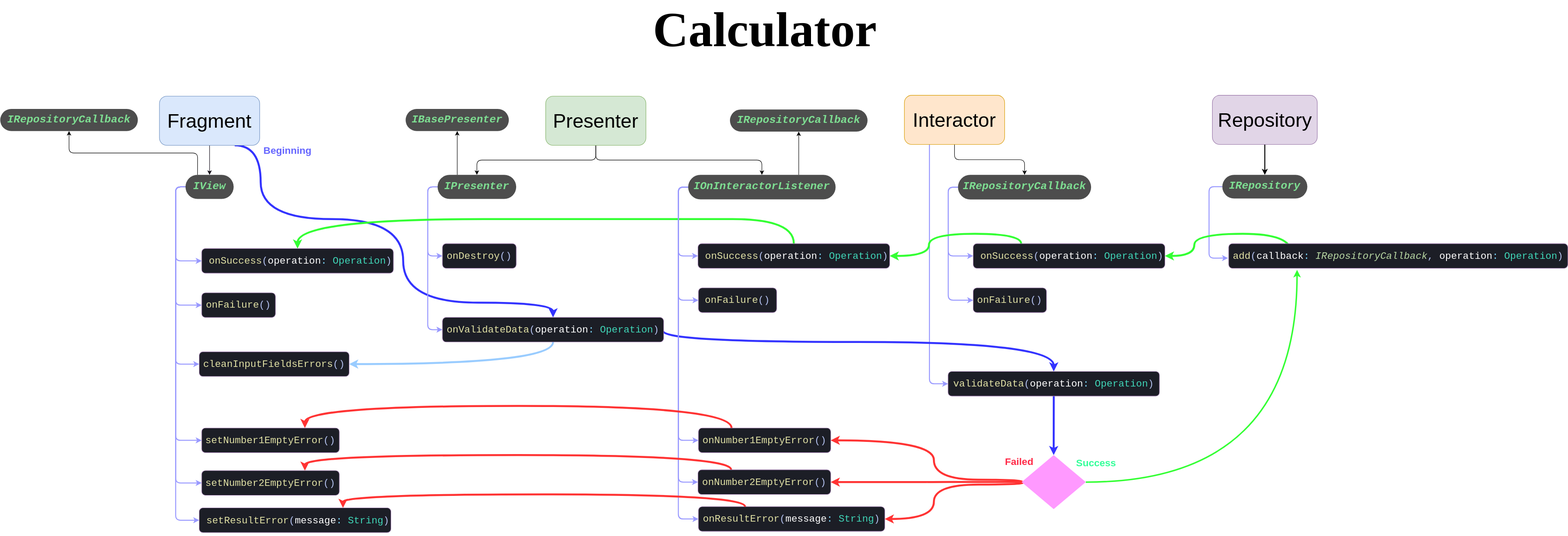
Above: MVP Calculator Scheme.svg in ElianFabian/android-mvp-calculator (draw.io), before the change. Source tidied: cells renumbered, new cells last; positions are measured from the earlier drawing's top-left corner, leaving out a move shared by most shapes.
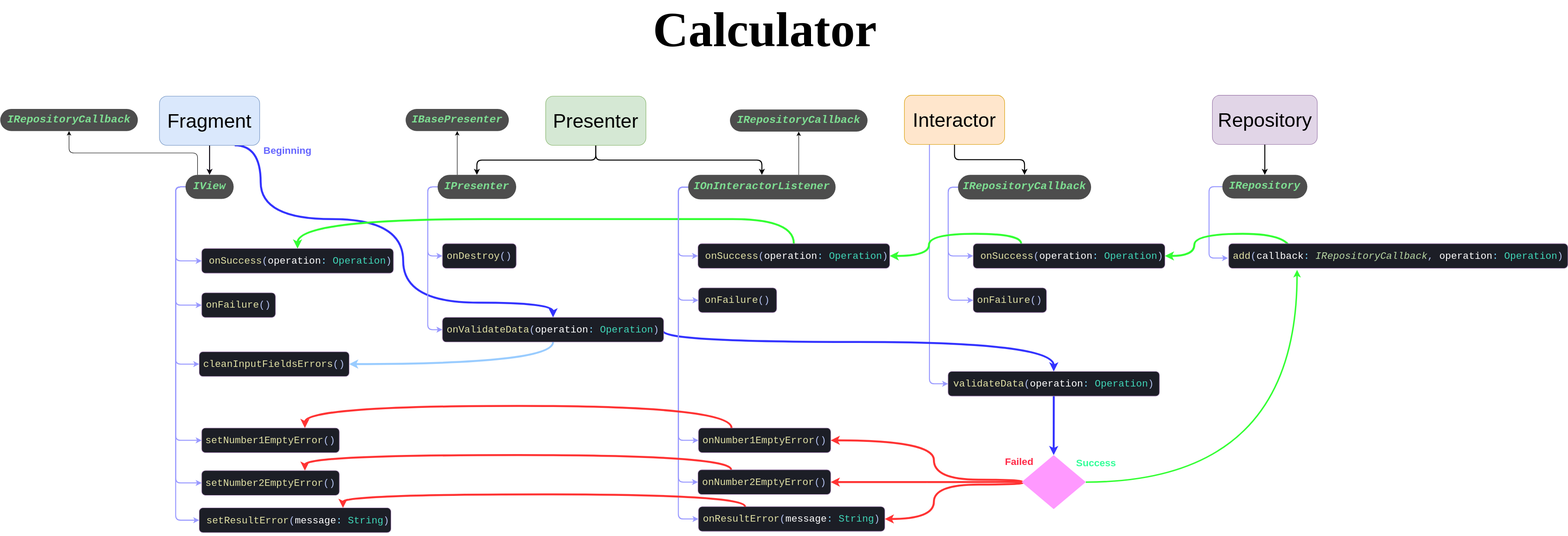
Later version of the same file.

What changed in the source:
```diff
@@ -13,13 +13,13 @@
         </Array>
       </mxGeometry>
     </mxCell>
-    <mxCell id="3" style="edgeStyle=orthogonalEdgeStyle;rounded=1;jettySize=auto;html=1;exitX=0.5;exitY=1;exitDx=0;exitDy=0;entryX=0.5;entryY=0;entryDx=0;entryDy=0;" parent="1" edge="1" source="67" target="33">
+    <mxCell id="3" style="edgeStyle=orthogonalEdgeStyle;rounded=1;jettySize=auto;html=1;exitX=0.5;exitY=1;exitDx=0;exitDy=0;entryX=0.5;entryY=0;entryDx=0;entryDy=0;strokeWidth=2;" parent="1" edge="1" source="67" target="33">
       <mxGeometry relative="1" as="geometry" />
     </mxCell>
-    <mxCell id="4" style="edgeStyle=orthogonalEdgeStyle;rounded=1;jettySize=auto;html=1;exitX=0.5;exitY=1;exitDx=0;exitDy=0;entryX=0.5;entryY=0;entryDx=0;entryDy=0;" parent="1" edge="1" source="67" target="40">
+    <mxCell id="4" style="edgeStyle=orthogonalEdgeStyle;rounded=1;jettySize=auto;html=1;exitX=0.5;exitY=1;exitDx=0;exitDy=0;entryX=0.5;entryY=0;entryDx=0;entryDy=0;strokeWidth=2;" parent="1" edge="1" source="67" target="40">
       <mxGeometry relative="1" as="geometry" />
     </mxCell>
-    <mxCell id="5" style="edgeStyle=orthogonalEdgeStyle;rounded=1;jettySize=auto;html=1;exitX=0.5;exitY=1;exitDx=0;exitDy=0;" parent="1" edge="1" source="68" target="51">
+    <mxCell id="5" style="edgeStyle=orthogonalEdgeStyle;rounded=1;jettySize=auto;html=1;exitX=0.5;exitY=1;exitDx=0;exitDy=0;strokeWidth=2;" parent="1" edge="1" source="68" target="51">
       <mxGeometry relative="1" as="geometry" />
     </mxCell>
     <mxCell id="6" style="edgeStyle=orthogonalEdgeStyle;rounded=1;jettySize=auto;html=1;exitX=0.25;exitY=1;exitDx=0;exitDy=0;strokeWidth=2;entryX=0;entryY=0.5;entryDx=0;entryDy=0;strokeColor=#9999FF;" parent="1" edge="1" source="68" target="55">
@@ -255,7 +255,7 @@
     <mxCell id="64" value="&lt;pre style=&quot;font-family: &amp;#34;jetbrains mono&amp;#34; , monospace&quot;&gt;&lt;pre style=&quot;background-color: #1c1e26 ; color: #b6c4f2 ; font-family: &amp;#34;jetbrains mono&amp;#34; , monospace ; font-size: 8 3pt&quot;&gt;&lt;pre style=&quot;font-family: &amp;#34;jetbrains mono&amp;#34; , monospace&quot;&gt;&lt;pre style=&quot;font-family: &amp;#34;jetbrains mono&amp;#34; , monospace ; font-size: 20px&quot;&gt;&lt;pre style=&quot;font-family: &amp;#34;jetbrains mono&amp;#34; , monospace&quot;&gt;&lt;span style=&quot;color: #e1e1a5&quot;&gt;add&lt;/span&gt;&lt;span style=&quot;color: #b4c2f0&quot;&gt;(&lt;/span&gt;&lt;span style=&quot;color: #ffffff&quot;&gt;callback&lt;/span&gt;&lt;span style=&quot;color: #7fdaff&quot;&gt;: &lt;/span&gt;&lt;span style=&quot;color: #b8d7a3 ; font-style: italic&quot;&gt;IRepositoryCallback&lt;/span&gt;&lt;span style=&quot;color: #b4c2f0&quot;&gt;, &lt;/span&gt;&lt;span style=&quot;color: #ffffff&quot;&gt;operation&lt;/span&gt;&lt;span style=&quot;color: #7fdaff&quot;&gt;: &lt;/span&gt;&lt;span style=&quot;color: #40d6b8&quot;&gt;Operation&lt;/span&gt;&lt;span style=&quot;color: #b4c2f0&quot;&gt;)&lt;/span&gt;&lt;/pre&gt;&lt;/pre&gt;&lt;/pre&gt;&lt;/pre&gt;&lt;/pre&gt;" style="rounded=1;whiteSpace=wrap;html=1;strokeColor=#9673a6;shadow=0;sketch=0;glass=0;fillColor=#1c1e26;" parent="1" vertex="1">
       <mxGeometry x="2500" y="465" width="690" height="50" as="geometry" />
     </mxCell>
-    <mxCell id="65" style="rounded=0;jettySize=auto;html=1;entryX=0.5;entryY=0;entryDx=0;entryDy=0;strokeWidth=1;strokeColor=#09030F;" parent="1" edge="1" source="66" target="15">
+    <mxCell id="65" style="rounded=0;jettySize=auto;html=1;entryX=0.5;entryY=0;entryDx=0;entryDy=0;strokeWidth=2;strokeColor=#09030F;" parent="1" edge="1" source="66" target="15">
       <mxGeometry relative="1" as="geometry" />
     </mxCell>
     <mxCell id="66" value="&lt;pre&gt;&lt;font style=&quot;font-size: 40px&quot; face=&quot;Helvetica&quot;&gt;Fragment&lt;/font&gt;&lt;/pre&gt;" style="rounded=1;whiteSpace=wrap;html=1;fillColor=#dae8fc;strokeColor=#6c8ebf;" parent="1" vertex="1">
```
